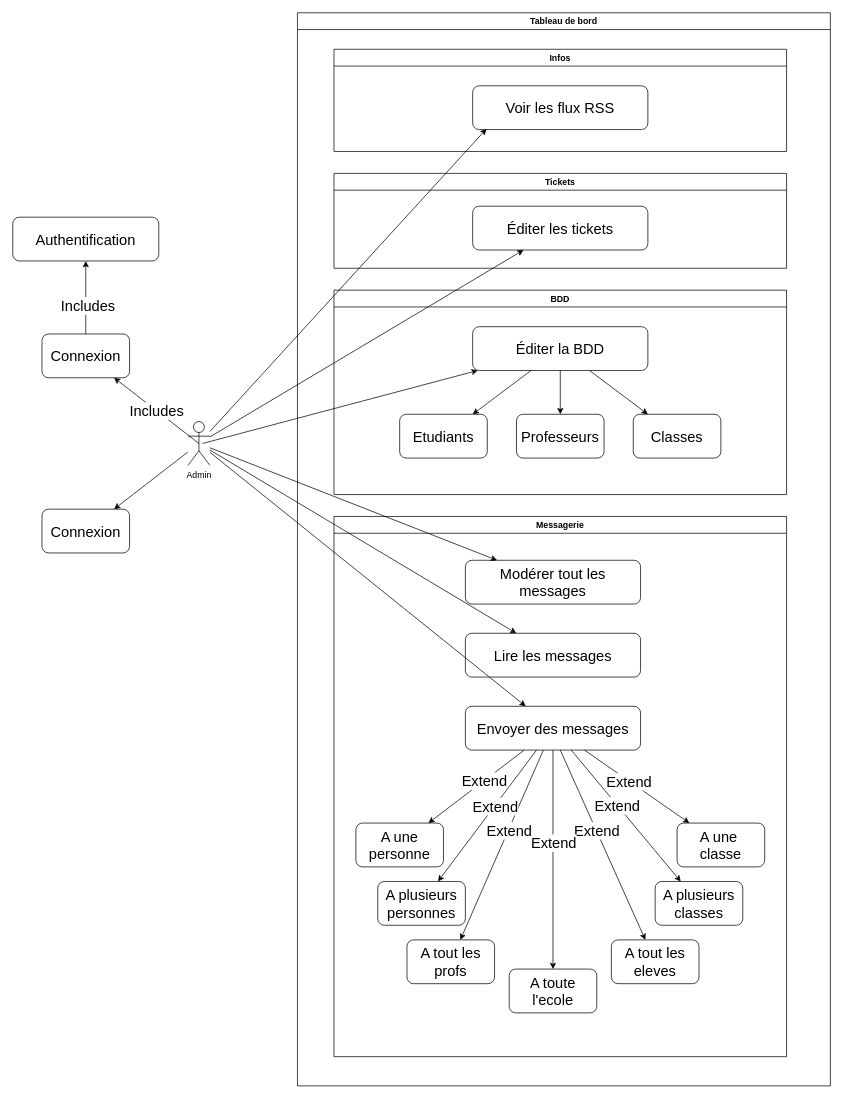
Above: DCU_admin.drawio in LePetitMoka/Retards-ecole (draw.io), before the change. Source tidied: cells renumbered, new cells numbered last; positions are measured from the earlier drawing's top-left corner, leaving out a move shared by most shapes. Both pictures are drawn from the tidied source at 73%, with x=0, y=0 at pixel (12, 12).
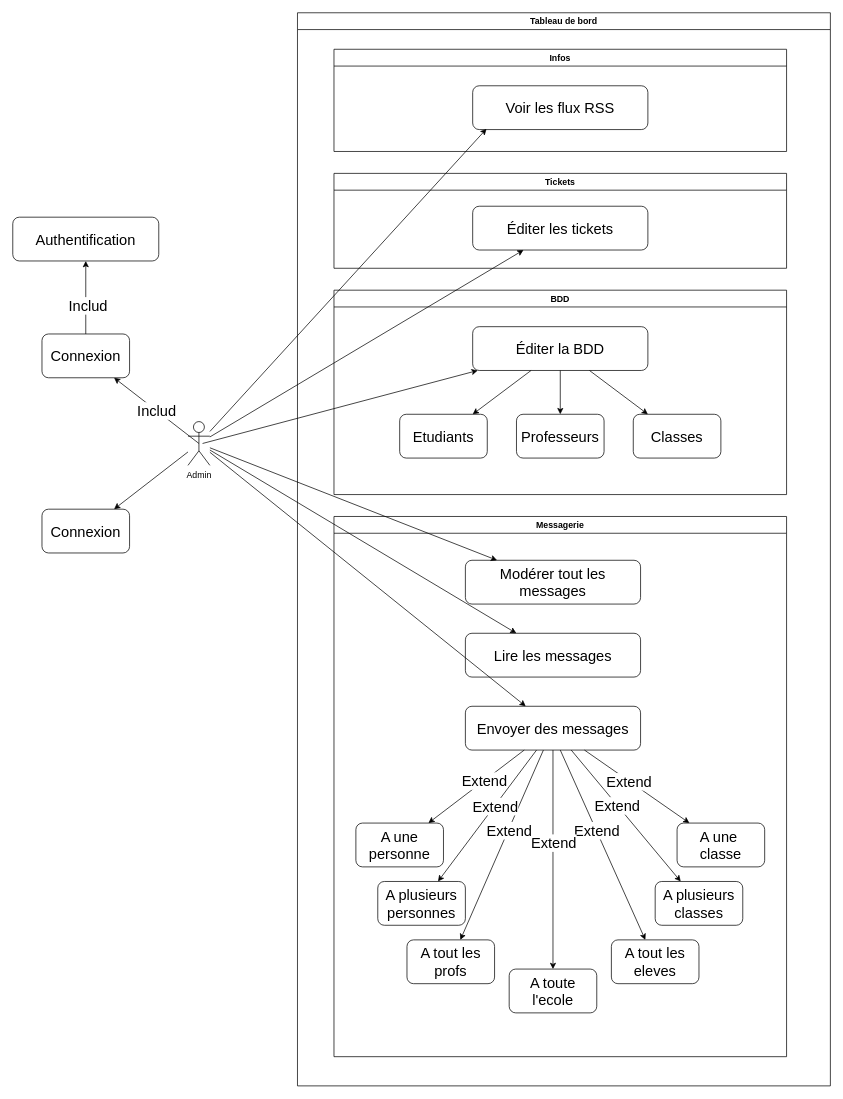
The same diagram, later.

Commit message (it also covers changes not shown here):
Mettre à jour DCU_admin.drawio

The change refers to these unchanged cells:
```xml
<mxCell id="3" style="edgeStyle=orthogonalEdgeStyle;rounded=0;jettySize=auto;html=1;fontSize=20;" parent="1" edge="1" source="5" target="6">
  <mxGeometry relative="1" as="geometry" />
</mxCell>
<mxCell id="7" style="endArrow=classic;html=1;rounded=0;fontSize=20;exitX=0.5;exitY=0.5;exitDx=0;exitDy=0;exitPerimeter=0;" parent="1" edge="1" source="2" target="5">
  <mxGeometry relative="1" as="geometry" />
</mxCell>
```

Diff of the diagram source:
```diff
@@
-    <mxCell id="4" value="Includes" style="edgeLabel;html=1;align=center;verticalAlign=middle;fontSize=20;" parent="3" vertex="1">
+    <mxCell id="4" value="Includ" style="edgeLabel;html=1;align=center;verticalAlign=middle;fontSize=20;" parent="3" vertex="1">
       <mxGeometry x="-0.2" y="-2" relative="1" as="geometry" />
     </mxCell>
@@
-    <mxCell id="8" value="Includes" style="edgeLabel;html=1;align=center;verticalAlign=middle;fontSize=20;" parent="7" vertex="1">
+    <mxCell id="8" value="Includ" style="edgeLabel;html=1;align=center;verticalAlign=middle;fontSize=20;" parent="7" vertex="1">
       <mxGeometry relative="1" as="geometry" />
     </mxCell>
```
